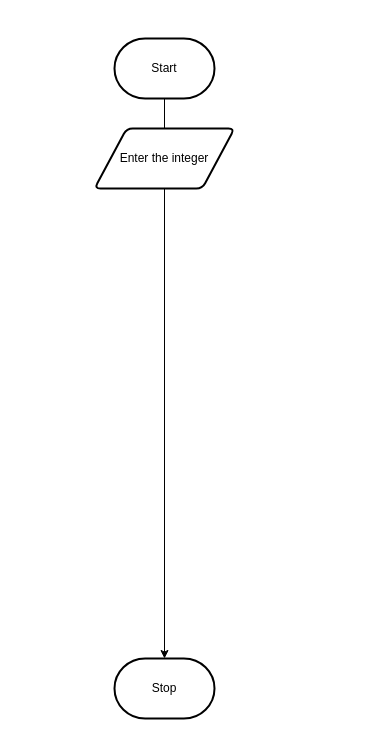
Earlier version of the draw.io diagram design/flowchart.drawio (MTHS-ICD2O-1-2024/ICD2O-Unit-5-07-Trisha-Ray). Source tidied: cells renumbered, new cells numbered last; positions are measured from the earlier drawing's top-left corner, leaving out a move shared by most shapes. Both pictures are drawn from the tidied source at 100%, with x=0, y=0 at pixel (94, 38).
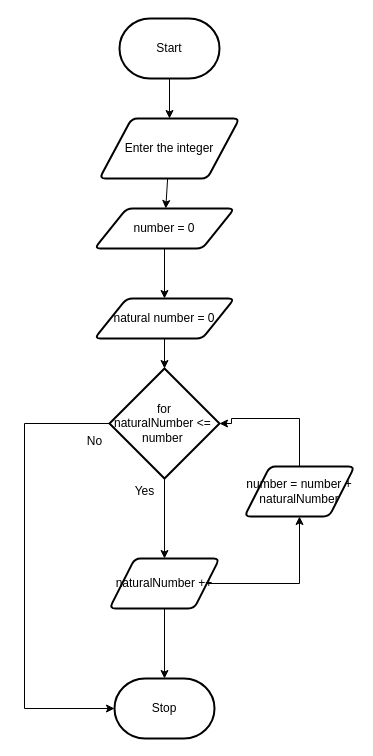
Above is the later version.

Change to the diagram source:
```diff
@@
-    <mxCell id="2" style="edgeStyle=orthogonalEdgeStyle;html=1;rounded=0;" parent="1" edge="1" source="3" target="4">
+    <mxCell id="2" style="edgeStyle=orthogonalEdgeStyle;html=1;rounded=0;entryX=0.5;entryY=0;entryDx=0;entryDy=0;entryPerimeter=0;" parent="1" edge="1" source="16" target="4">
       <mxGeometry relative="1" as="geometry" />
     </mxCell>
+    <mxCell id="6" style="edgeStyle=none;html=1;" parent="1" edge="1" source="3" target="5">
+      <mxGeometry relative="1" as="geometry" />
+    </mxCell>
     <mxCell id="3" value="Start" style="strokeWidth=2;html=1;shape=mxgraph.flowchart.terminator;whiteSpace=wrap;" parent="1" vertex="1">
-      <mxGeometry x="20" width="100" height="60" as="geometry" />
+      <mxGeometry x="25" y="-20" width="100" height="60" as="geometry" />
     </mxCell>
     <mxCell id="4" value="Stop" style="strokeWidth=2;html=1;shape=mxgraph.flowchart.terminator;whiteSpace=wrap;" parent="1" vertex="1">
-      <mxGeometry x="20" y="620" width="100" height="60" as="geometry" />
+      <mxGeometry x="20" y="640" width="100" height="60" as="geometry" />
     </mxCell>
+    <mxCell id="7" style="edgeStyle=none;html=1;" parent="1" edge="1" source="5" target="10">
+      <mxGeometry relative="1" as="geometry" />
+    </mxCell>
     <mxCell id="5" value="Enter the integer" style="shape=parallelogram;html=1;strokeWidth=2;perimeter=parallelogramPerimeter;whiteSpace=wrap;rounded=1;arcSize=12;size=0.23;" parent="1" vertex="1">
-      <mxGeometry y="90" width="140" height="60" as="geometry" />
+      <mxGeometry x="5" y="80" width="140" height="60" as="geometry" />
     </mxCell>
+    <mxCell id="8" value="number = number + naturalNumber" style="shape=parallelogram;html=1;strokeWidth=2;perimeter=parallelogramPerimeter;whiteSpace=wrap;rounded=1;arcSize=12;size=0.23;" parent="1" vertex="1">
+      <mxGeometry x="150" y="428" width="110" height="50" as="geometry" />
+    </mxCell>
+    <mxCell id="9" style="edgeStyle=none;html=1;" parent="1" edge="1" source="10" target="11">
+      <mxGeometry relative="1" as="geometry" />
+    </mxCell>
+    <mxCell id="10" value="number = 0" style="shape=parallelogram;html=1;strokeWidth=2;perimeter=parallelogramPerimeter;whiteSpace=wrap;rounded=1;arcSize=12;size=0.23;" parent="1" vertex="1">
+      <mxGeometry y="170" width="140" height="40" as="geometry" />
+    </mxCell>
+    <mxCell id="11" value="natural number = 0" style="shape=parallelogram;html=1;strokeWidth=2;perimeter=parallelogramPerimeter;whiteSpace=wrap;rounded=1;arcSize=12;size=0.23;" parent="1" vertex="1">
+      <mxGeometry y="260" width="140" height="40" as="geometry" />
+    </mxCell>
+    <mxCell id="12" style="edgeStyle=orthogonalEdgeStyle;html=1;rounded=0;" parent="1" edge="1" source="11" target="13">
+      <mxGeometry relative="1" as="geometry" />
+    </mxCell>
+    <mxCell id="13" value="for&lt;div&gt;naturalNumber &amp;lt;=&amp;nbsp; number&amp;nbsp;&lt;/div&gt;" style="strokeWidth=2;html=1;shape=mxgraph.flowchart.decision;whiteSpace=wrap;" parent="1" vertex="1">
+      <mxGeometry x="15" y="330" width="110" height="110" as="geometry" />
+    </mxCell>
+    <mxCell id="14" style="edgeStyle=orthogonalEdgeStyle;html=1;rounded=0;" parent="1" edge="1" source="13" target="16">
+      <mxGeometry relative="1" as="geometry" />
+    </mxCell>
+    <mxCell id="15" style="edgeStyle=orthogonalEdgeStyle;html=1;entryX=0.5;entryY=1;entryDx=0;entryDy=0;rounded=0;curved=0;" parent="1" edge="1" source="16" target="8">
+      <mxGeometry relative="1" as="geometry" />
+    </mxCell>
+    <mxCell id="16" value="naturalNumber ++" style="shape=parallelogram;html=1;strokeWidth=2;perimeter=parallelogramPerimeter;whiteSpace=wrap;rounded=1;arcSize=12;size=0.23;" parent="1" vertex="1">
+      <mxGeometry x="15" y="520" width="110" height="50" as="geometry" />
+    </mxCell>
+    <mxCell id="17" value="Yes" style="text;html=1;align=center;verticalAlign=middle;strokeColor=none;fillColor=none;" parent="1" vertex="1">
+      <mxGeometry x="30" y="438" width="40" height="30" as="geometry" />
+    </mxCell>
+    <mxCell id="18" value="No" style="text;html=1;align=center;verticalAlign=middle;strokeColor=none;fillColor=none;" parent="1" vertex="1">
+      <mxGeometry x="-20" y="388" width="40" height="30" as="geometry" />
+    </mxCell>
+    <mxCell id="19" style="edgeStyle=orthogonalEdgeStyle;html=1;entryX=1;entryY=0.5;entryDx=0;entryDy=0;entryPerimeter=0;rounded=0;curved=0;" parent="1" edge="1" source="8" target="13">
+      <mxGeometry relative="1" as="geometry">
+        <Array as="points">
+          <mxPoint x="205" y="380" />
+          <mxPoint x="137" y="380" />
+          <mxPoint x="137" y="385" />
+        </Array>
+      </mxGeometry>
+    </mxCell>
+    <mxCell id="20" style="edgeStyle=orthogonalEdgeStyle;html=1;entryX=0;entryY=0.5;entryDx=0;entryDy=0;entryPerimeter=0;rounded=0;curved=0;" parent="1" edge="1" source="13" target="4">
+      <mxGeometry relative="1" as="geometry">
+        <Array as="points">
+          <mxPoint x="-70" y="385" />
+          <mxPoint x="-70" y="670" />
+        </Array>
+      </mxGeometry>
+    </mxCell>
```
